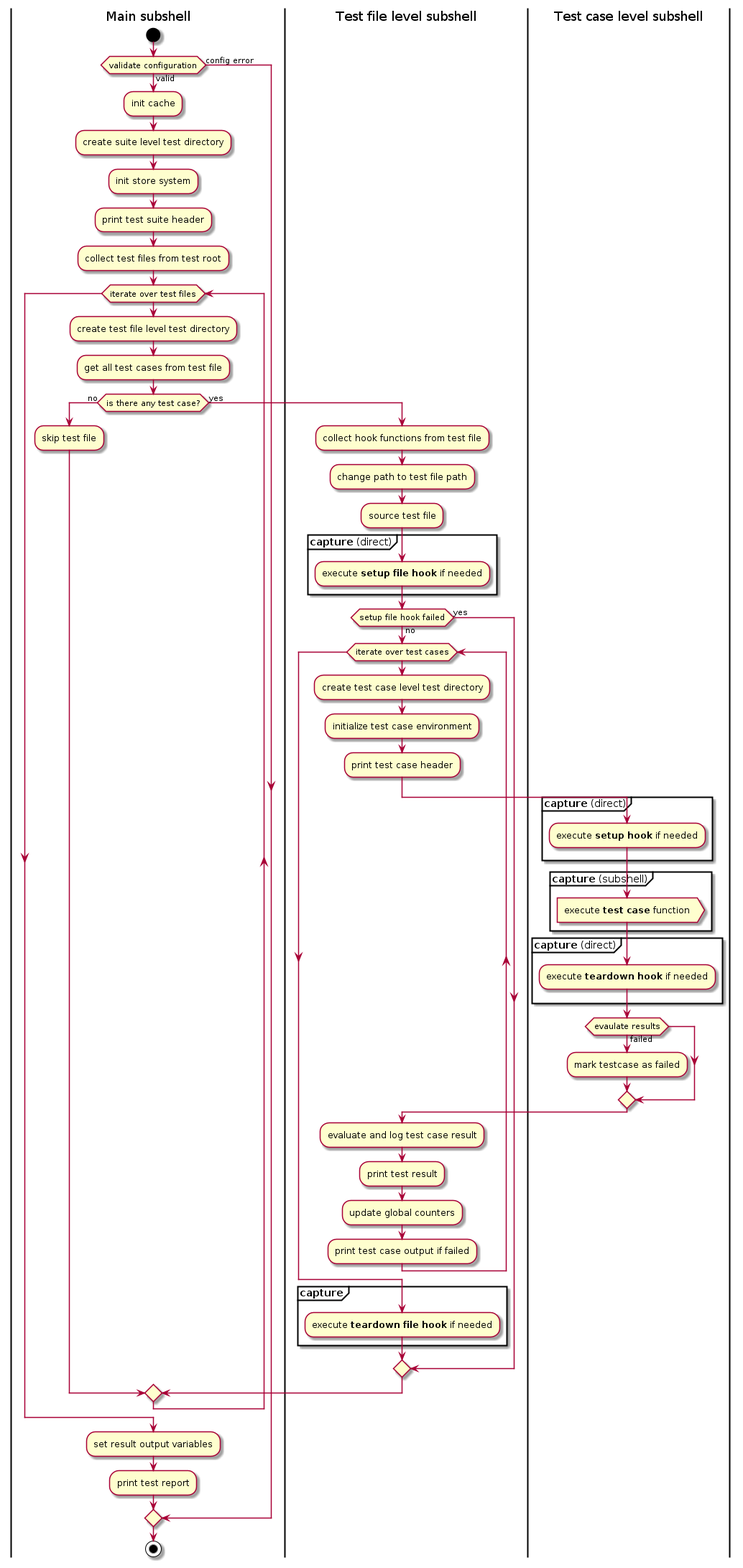
This is docs/dm-test-internals-light.png from dotmodules/dm-test-runner, a PlantUML export, as it was before one commit.
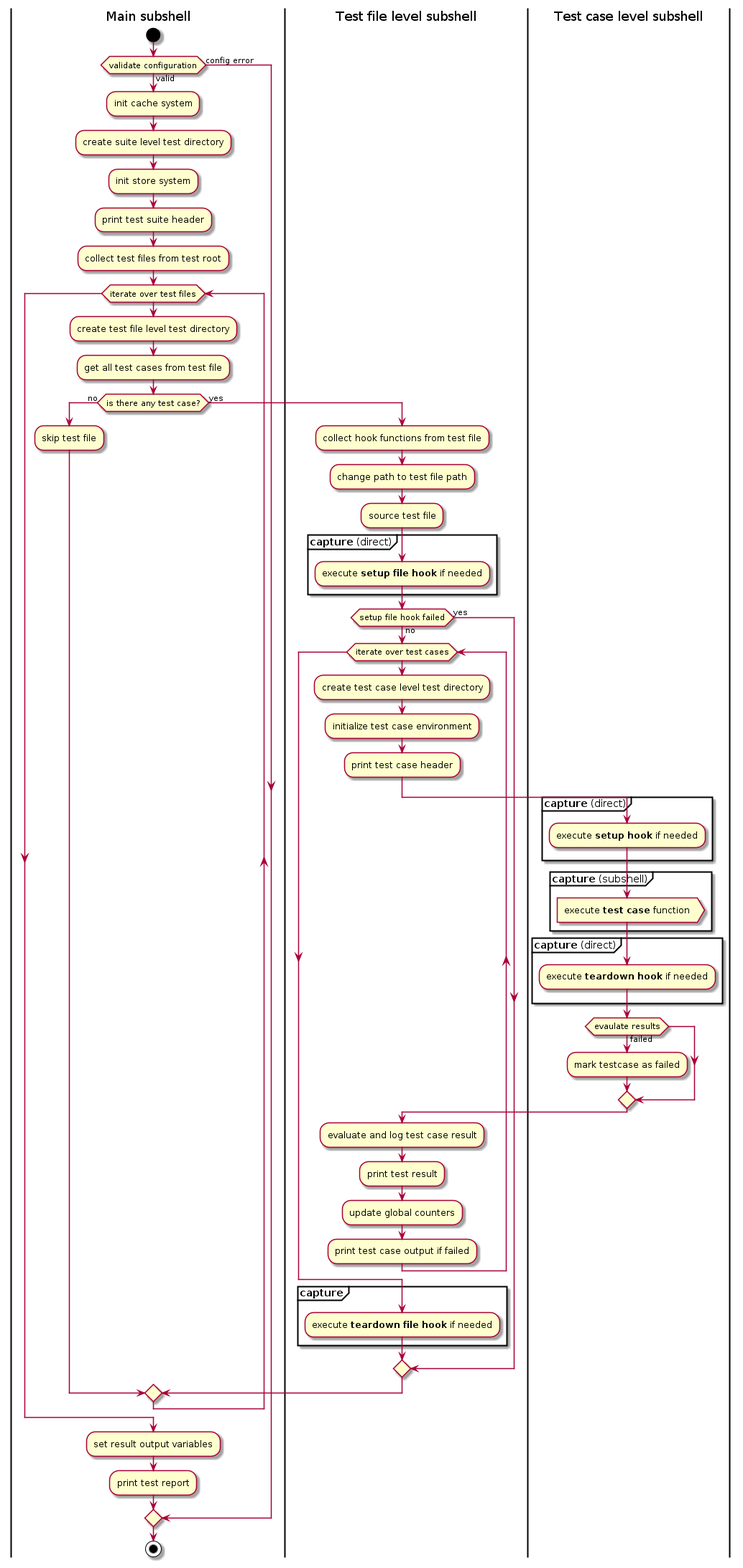
The same diagram one commit later.

What changed in the source:
```diff
@@ -2,7 +2,7 @@
 |Main subshell|
 start
 if (validate configuration) is (valid) then
-    :init cache;
+    :init cache system;
     :create suite level test directory;
     :init store system;
     :print test suite header;
```
